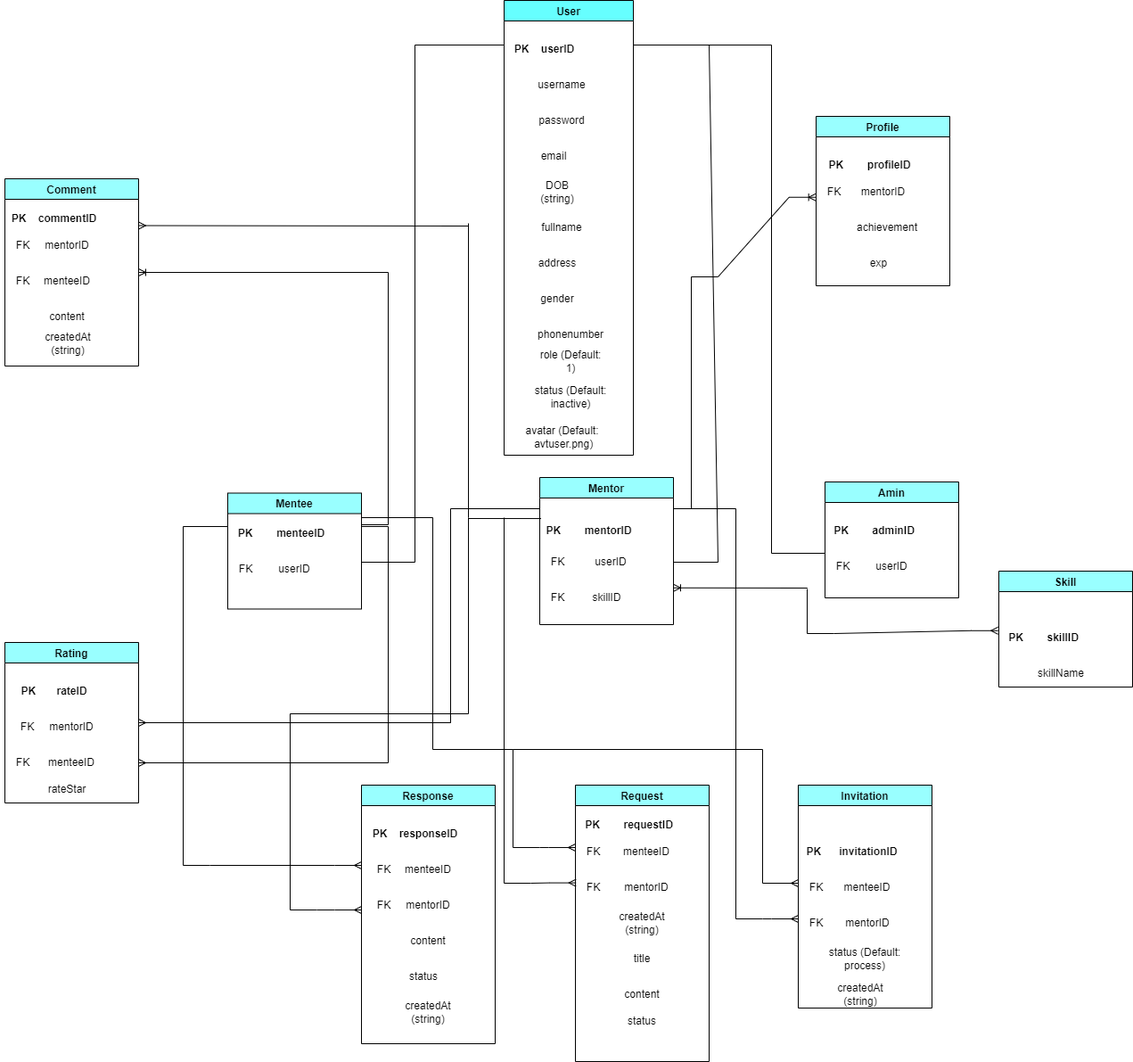
This is HappyProgramming_DB.drawio.png from dungdt23/SWP391_Document, a draw.io export, as it was before one commit. Source tidied: cells renumbered, new cells last; positions are measured from the earlier drawing's top-left corner, leaving out a move shared by most shapes.
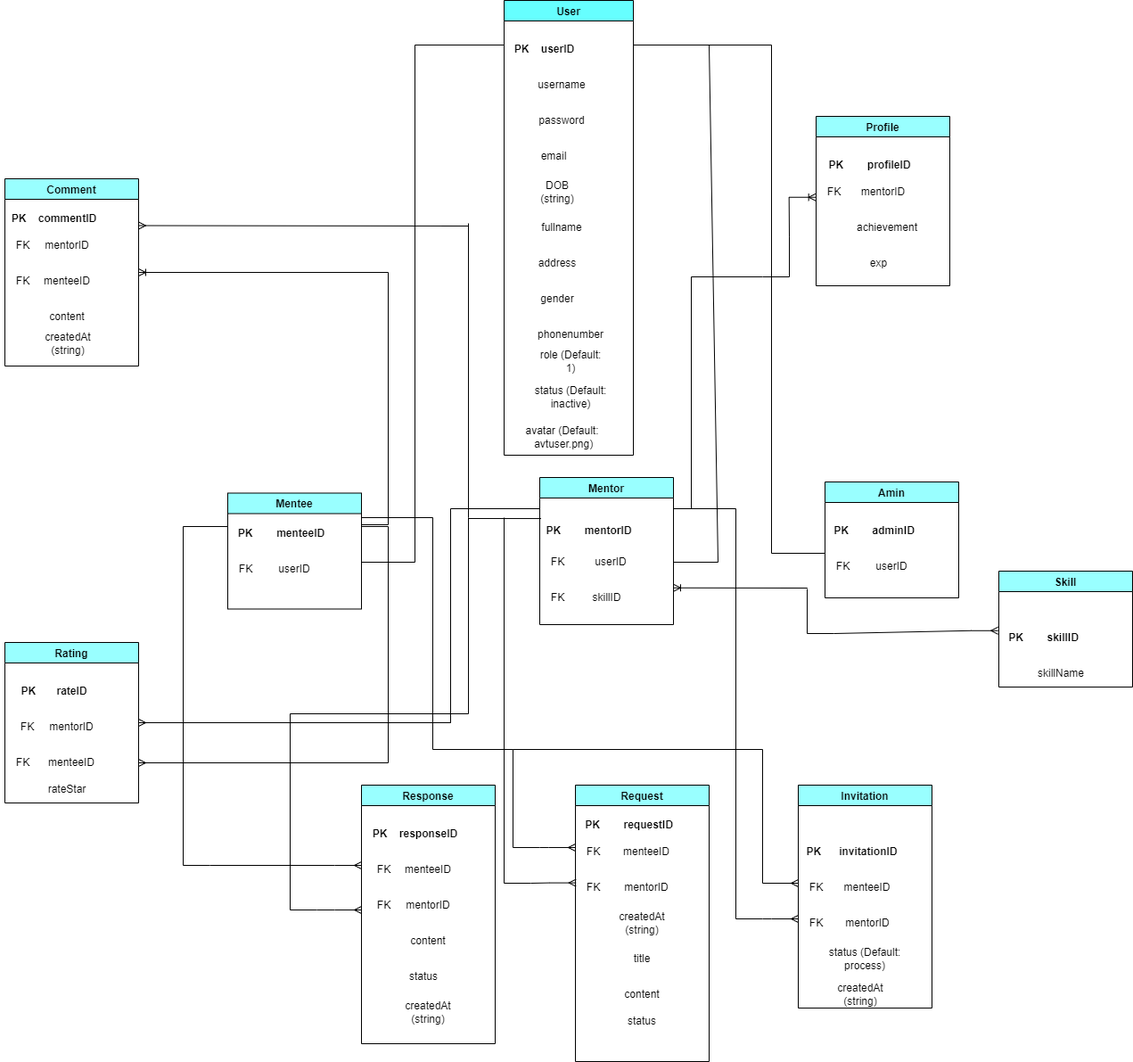
Later version of the same file.

What changed in the source:
```diff
@@ -421,7 +421,7 @@
     </mxCell>
     <mxCell id="112" style="edgeStyle=entityRelationEdgeStyle;fontSize=12;html=1;endArrow=ERoneToMany;rounded=0;entryX=-0.008;entryY=0.691;entryDx=0;entryDy=0;entryPerimeter=0;" parent="1" edge="1" target="78">
       <mxGeometry relative="1" as="geometry">
-        <mxPoint x="775" y="310" as="sourcePoint" />
+        <mxPoint x="855" y="310" as="sourcePoint" />
       </mxGeometry>
     </mxCell>
     <mxCell id="113" style="endArrow=none;html=1;rounded=0;" parent="1" edge="1">
@@ -477,5 +477,11 @@
         <mxPoint x="865" y="50" as="targetPoint" />
       </mxGeometry>
     </mxCell>
+    <mxCell id="122" style="endArrow=none;html=1;rounded=0;" parent="1" edge="1">
+      <mxGeometry relative="1" as="geometry">
+        <mxPoint x="775" y="310" as="sourcePoint" />
+        <mxPoint x="855" y="310" as="targetPoint" />
+      </mxGeometry>
+    </mxCell>
   </root>
 </mxGraphModel>
```
